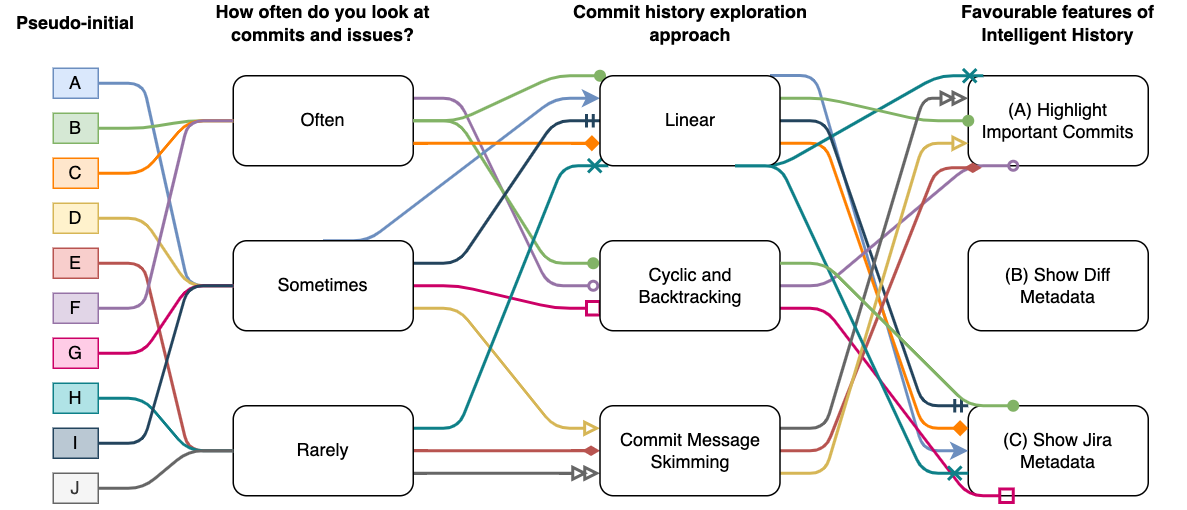
This is images/flow-chart.png from alison-li/ubcthesis, a draw.io export, as it was before one commit. Source tidied: cells renumbered, new cells last; positions are measured from the earlier drawing's top-left corner, leaving out a move shared by most shapes.
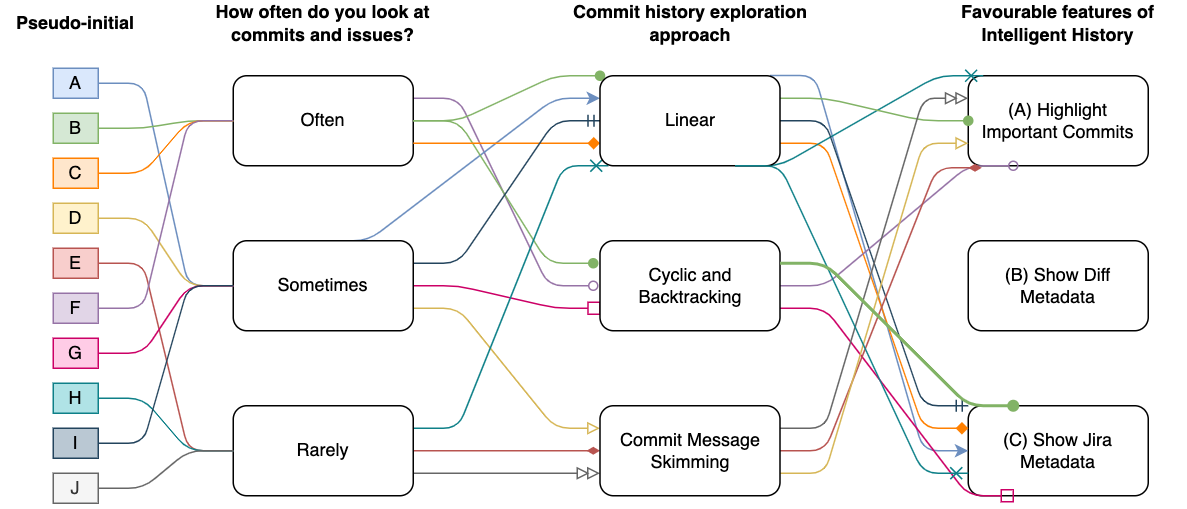
After the commit.

Commit message:
Progress so far

Diff of the diagram source:
```diff
@@ -13,3 +13,3 @@
     </mxCell>
-    <mxCell id="5" style="edgeStyle=entityRelationEdgeStyle;jettySize=auto;html=1;exitX=1;exitY=0.25;exitDx=0;exitDy=0;strokeWidth=2;fillColor=#e1d5e7;strokeColor=#9673a6;endArrow=oval;endFill=0;" parent="1" edge="1" source="6">
+    <mxCell id="5" style="edgeStyle=entityRelationEdgeStyle;jettySize=auto;html=1;exitX=1;exitY=0.25;exitDx=0;exitDy=0;strokeWidth=1;fillColor=#e1d5e7;strokeColor=#9673a6;endArrow=oval;endFill=0;" parent="1" edge="1" source="6">
       <mxGeometry relative="1" as="geometry">
@@ -21,9 +21,9 @@
     </mxCell>
-    <mxCell id="7" style="edgeStyle=entityRelationEdgeStyle;jettySize=auto;html=1;exitX=0.5;exitY=0;exitDx=0;exitDy=0;entryX=0;entryY=0.25;entryDx=0;entryDy=0;strokeWidth=2;fillColor=#dae8fc;strokeColor=#6c8ebf;" parent="1" edge="1" source="14" target="24">
+    <mxCell id="7" style="edgeStyle=entityRelationEdgeStyle;jettySize=auto;html=1;exitX=0.5;exitY=0;exitDx=0;exitDy=0;entryX=0;entryY=0.25;entryDx=0;entryDy=0;strokeWidth=1;fillColor=#dae8fc;strokeColor=#6c8ebf;" parent="1" edge="1" source="14" target="24">
       <mxGeometry relative="1" as="geometry" />
     </mxCell>
-    <mxCell id="8" style="edgeStyle=entityRelationEdgeStyle;jettySize=auto;html=1;exitX=1;exitY=0.5;exitDx=0;exitDy=0;strokeWidth=2;fillColor=#d5e8d4;strokeColor=#82b366;entryX=0;entryY=0;entryDx=0;entryDy=0;endArrow=oval;endFill=1;" parent="1" edge="1" source="6" target="24">
+    <mxCell id="8" style="edgeStyle=entityRelationEdgeStyle;jettySize=auto;html=1;exitX=1;exitY=0.5;exitDx=0;exitDy=0;strokeWidth=1;fillColor=#d5e8d4;strokeColor=#82b366;entryX=0;entryY=0;entryDx=0;entryDy=0;endArrow=oval;endFill=1;" parent="1" edge="1" source="6" target="24">
       <mxGeometry relative="1" as="geometry" />
     </mxCell>
-    <mxCell id="9" style="edgeStyle=entityRelationEdgeStyle;jettySize=auto;html=1;exitX=1;exitY=0.5;exitDx=0;exitDy=0;strokeWidth=2;fillColor=#d5e8d4;strokeColor=#82b366;endArrow=oval;endFill=1;" parent="1" edge="1" source="6">
+    <mxCell id="9" style="edgeStyle=entityRelationEdgeStyle;jettySize=auto;html=1;exitX=1;exitY=0.5;exitDx=0;exitDy=0;strokeWidth=1;fillColor=#d5e8d4;strokeColor=#82b366;endArrow=oval;endFill=1;" parent="1" edge="1" source="6">
       <mxGeometry relative="1" as="geometry">
@@ -32,12 +32,12 @@
     </mxCell>
-    <mxCell id="10" style="edgeStyle=entityRelationEdgeStyle;jettySize=auto;html=1;exitX=1;exitY=0.75;exitDx=0;exitDy=0;strokeWidth=2;fillColor=#ffe6cc;strokeColor=#FF8000;entryX=0;entryY=0.75;entryDx=0;entryDy=0;endArrow=diamond;endFill=1;" parent="1" edge="1" source="6" target="24">
+    <mxCell id="10" style="edgeStyle=entityRelationEdgeStyle;jettySize=auto;html=1;exitX=1;exitY=0.75;exitDx=0;exitDy=0;strokeWidth=1;fillColor=#ffe6cc;strokeColor=#FF8000;entryX=0;entryY=0.75;entryDx=0;entryDy=0;endArrow=diamond;endFill=1;" parent="1" edge="1" source="6" target="24">
       <mxGeometry relative="1" as="geometry" />
     </mxCell>
-    <mxCell id="11" style="edgeStyle=entityRelationEdgeStyle;jettySize=auto;html=1;exitX=1;exitY=0.75;exitDx=0;exitDy=0;entryX=0;entryY=0.25;entryDx=0;entryDy=0;strokeWidth=2;fillColor=#fff2cc;strokeColor=#d6b656;endArrow=block;endFill=0;" parent="1" edge="1" source="14" target="31">
+    <mxCell id="11" style="edgeStyle=entityRelationEdgeStyle;jettySize=auto;html=1;exitX=1;exitY=0.75;exitDx=0;exitDy=0;entryX=0;entryY=0.25;entryDx=0;entryDy=0;strokeWidth=1;fillColor=#fff2cc;strokeColor=#d6b656;endArrow=block;endFill=0;" parent="1" edge="1" source="14" target="31">
       <mxGeometry relative="1" as="geometry" />
     </mxCell>
-    <mxCell id="12" style="edgeStyle=entityRelationEdgeStyle;jettySize=auto;html=1;strokeColor=#CC0066;strokeWidth=2;endArrow=box;endFill=0;entryX=0;entryY=0.75;entryDx=0;entryDy=0;" parent="1" edge="1" source="14" target="27">
+    <mxCell id="12" style="edgeStyle=entityRelationEdgeStyle;jettySize=auto;html=1;strokeColor=#CC0066;strokeWidth=1;endArrow=box;endFill=0;entryX=0;entryY=0.75;entryDx=0;entryDy=0;" parent="1" edge="1" source="14" target="27">
       <mxGeometry relative="1" as="geometry" />
     </mxCell>
-    <mxCell id="13" style="edgeStyle=entityRelationEdgeStyle;jettySize=auto;html=1;entryX=0;entryY=0.5;entryDx=0;entryDy=0;strokeColor=#23445d;strokeWidth=2;fillColor=#bac8d3;endArrow=ERmandOne;endFill=0;exitX=1;exitY=0.25;exitDx=0;exitDy=0;" parent="1" edge="1" source="14" target="24">
+    <mxCell id="13" style="edgeStyle=entityRelationEdgeStyle;jettySize=auto;html=1;entryX=0;entryY=0.5;entryDx=0;entryDy=0;strokeColor=#23445d;strokeWidth=1;fillColor=#bac8d3;endArrow=ERmandOne;endFill=0;exitX=1;exitY=0.25;exitDx=0;exitDy=0;" parent="1" edge="1" source="14" target="24">
       <mxGeometry relative="1" as="geometry" />
@@ -47,6 +47,6 @@
     </mxCell>
-    <mxCell id="15" style="edgeStyle=entityRelationEdgeStyle;jettySize=auto;html=1;entryX=0;entryY=0.5;entryDx=0;entryDy=0;strokeWidth=2;fillColor=#f8cecc;strokeColor=#b85450;endArrow=diamondThin;endFill=1;" parent="1" edge="1" source="18" target="31">
+    <mxCell id="15" style="edgeStyle=entityRelationEdgeStyle;jettySize=auto;html=1;entryX=0;entryY=0.5;entryDx=0;entryDy=0;strokeWidth=1;fillColor=#f8cecc;strokeColor=#b85450;endArrow=diamondThin;endFill=1;" parent="1" edge="1" source="18" target="31">
       <mxGeometry relative="1" as="geometry" />
     </mxCell>
-    <mxCell id="16" style="edgeStyle=entityRelationEdgeStyle;jettySize=auto;html=1;strokeColor=#0e8088;strokeWidth=2;fillColor=#b0e3e6;exitX=1;exitY=0.25;exitDx=0;exitDy=0;endArrow=cross;endFill=0;" parent="1" edge="1" source="18">
+    <mxCell id="16" style="edgeStyle=entityRelationEdgeStyle;jettySize=auto;html=1;strokeColor=#0e8088;strokeWidth=1;fillColor=#b0e3e6;exitX=1;exitY=0.25;exitDx=0;exitDy=0;endArrow=cross;endFill=0;" parent="1" edge="1" source="18">
       <mxGeometry relative="1" as="geometry">
@@ -55,3 +55,3 @@
     </mxCell>
-    <mxCell id="17" style="edgeStyle=entityRelationEdgeStyle;jettySize=auto;html=1;exitX=1;exitY=0.75;exitDx=0;exitDy=0;entryX=0;entryY=0.75;entryDx=0;entryDy=0;strokeColor=#666666;strokeWidth=2;fillColor=#f5f5f5;endArrow=doubleBlock;endFill=0;" parent="1" edge="1" source="18" target="31">
+    <mxCell id="17" style="edgeStyle=entityRelationEdgeStyle;jettySize=auto;html=1;exitX=1;exitY=0.75;exitDx=0;exitDy=0;entryX=0;entryY=0.75;entryDx=0;entryDy=0;strokeColor=#666666;strokeWidth=1;fillColor=#f5f5f5;endArrow=doubleBlock;endFill=0;" parent="1" edge="1" source="18" target="31">
       <mxGeometry relative="1" as="geometry" />
@@ -61,15 +61,15 @@
     </mxCell>
-    <mxCell id="19" style="edgeStyle=entityRelationEdgeStyle;jettySize=auto;html=1;strokeWidth=2;fillColor=#dae8fc;strokeColor=#6c8ebf;exitX=0.944;exitY=-0.003;exitDx=0;exitDy=0;exitPerimeter=0;entryX=0;entryY=0.5;entryDx=0;entryDy=0;" parent="1" edge="1" source="24" target="4">
+    <mxCell id="19" style="edgeStyle=entityRelationEdgeStyle;jettySize=auto;html=1;strokeWidth=1;fillColor=#dae8fc;strokeColor=#6c8ebf;exitX=0.944;exitY=-0.003;exitDx=0;exitDy=0;exitPerimeter=0;entryX=0;entryY=0.5;entryDx=0;entryDy=0;" parent="1" edge="1" source="24" target="4">
       <mxGeometry relative="1" as="geometry" />
     </mxCell>
-    <mxCell id="20" style="edgeStyle=entityRelationEdgeStyle;jettySize=auto;html=1;entryX=0;entryY=0.25;entryDx=0;entryDy=0;strokeWidth=2;fillColor=#ffe6cc;strokeColor=#FF8000;exitX=1;exitY=0.75;exitDx=0;exitDy=0;endArrow=diamond;endFill=1;" parent="1" edge="1" source="24" target="4">
+    <mxCell id="20" style="edgeStyle=entityRelationEdgeStyle;jettySize=auto;html=1;entryX=0;entryY=0.25;entryDx=0;entryDy=0;strokeWidth=1;fillColor=#ffe6cc;strokeColor=#FF8000;exitX=1;exitY=0.75;exitDx=0;exitDy=0;endArrow=diamond;endFill=1;" parent="1" edge="1" source="24" target="4">
       <mxGeometry relative="1" as="geometry" />
     </mxCell>
-    <mxCell id="21" style="edgeStyle=entityRelationEdgeStyle;jettySize=auto;html=1;exitX=0.75;exitY=1;exitDx=0;exitDy=0;entryX=0.083;entryY=0;entryDx=0;entryDy=0;strokeColor=#0e8088;strokeWidth=2;fillColor=#b0e3e6;endArrow=cross;endFill=0;entryPerimeter=0;" parent="1" edge="1" source="24" target="2">
+    <mxCell id="21" style="edgeStyle=entityRelationEdgeStyle;jettySize=auto;html=1;exitX=0.75;exitY=1;exitDx=0;exitDy=0;entryX=0.083;entryY=0;entryDx=0;entryDy=0;strokeColor=#0e8088;strokeWidth=1;fillColor=#b0e3e6;endArrow=cross;endFill=0;entryPerimeter=0;" parent="1" edge="1" source="24" target="2">
       <mxGeometry relative="1" as="geometry" />
     </mxCell>
-    <mxCell id="22" style="edgeStyle=entityRelationEdgeStyle;jettySize=auto;html=1;entryX=0;entryY=0;entryDx=0;entryDy=0;strokeColor=#23445d;strokeWidth=2;fillColor=#bac8d3;exitX=1;exitY=0.5;exitDx=0;exitDy=0;endArrow=ERmandOne;endFill=0;" parent="1" edge="1" source="24" target="4">
+    <mxCell id="22" style="edgeStyle=entityRelationEdgeStyle;jettySize=auto;html=1;entryX=0;entryY=0;entryDx=0;entryDy=0;strokeColor=#23445d;strokeWidth=1;fillColor=#bac8d3;exitX=1;exitY=0.5;exitDx=0;exitDy=0;endArrow=ERmandOne;endFill=0;" parent="1" edge="1" source="24" target="4">
       <mxGeometry relative="1" as="geometry" />
     </mxCell>
-    <mxCell id="23" style="edgeStyle=entityRelationEdgeStyle;jettySize=auto;html=1;exitX=1;exitY=0.25;exitDx=0;exitDy=0;entryX=0;entryY=0.5;entryDx=0;entryDy=0;endArrow=oval;endFill=1;strokeColor=#82b366;strokeWidth=2;fillColor=#d5e8d4;" parent="1" edge="1" source="24" target="2">
+    <mxCell id="23" style="edgeStyle=entityRelationEdgeStyle;jettySize=auto;html=1;exitX=1;exitY=0.25;exitDx=0;exitDy=0;entryX=0;entryY=0.5;entryDx=0;entryDy=0;endArrow=oval;endFill=1;strokeColor=#82b366;strokeWidth=1;fillColor=#d5e8d4;" parent="1" edge="1" source="24" target="2">
       <mxGeometry relative="1" as="geometry" />
@@ -79,6 +79,6 @@
     </mxCell>
-    <mxCell id="25" style="edgeStyle=entityRelationEdgeStyle;jettySize=auto;html=1;exitX=1;exitY=0.5;exitDx=0;exitDy=0;strokeWidth=2;fillColor=#e1d5e7;strokeColor=#9673a6;endArrow=oval;endFill=0;entryX=0.25;entryY=1;entryDx=0;entryDy=0;" parent="1" edge="1" source="27" target="2">
+    <mxCell id="25" style="edgeStyle=entityRelationEdgeStyle;jettySize=auto;html=1;exitX=1;exitY=0.5;exitDx=0;exitDy=0;strokeWidth=1;fillColor=#e1d5e7;strokeColor=#9673a6;endArrow=oval;endFill=0;entryX=0.25;entryY=1;entryDx=0;entryDy=0;" parent="1" edge="1" source="27" target="2">
       <mxGeometry relative="1" as="geometry" />
     </mxCell>
-    <mxCell id="26" style="edgeStyle=entityRelationEdgeStyle;jettySize=auto;html=1;exitX=1;exitY=0.75;exitDx=0;exitDy=0;strokeColor=#CC0066;strokeWidth=2;endArrow=box;endFill=0;" parent="1" edge="1" source="27">
+    <mxCell id="26" style="edgeStyle=entityRelationEdgeStyle;jettySize=auto;html=1;exitX=1;exitY=0.75;exitDx=0;exitDy=0;strokeColor=#CC0066;strokeWidth=1;endArrow=box;endFill=0;" parent="1" edge="1" source="27">
       <mxGeometry relative="1" as="geometry">
@@ -90,9 +90,9 @@
     </mxCell>
-    <mxCell id="28" style="edgeStyle=entityRelationEdgeStyle;jettySize=auto;html=1;entryX=0.075;entryY=1.023;entryDx=0;entryDy=0;strokeWidth=2;fillColor=#f8cecc;strokeColor=#b85450;endArrow=diamondThin;endFill=1;entryPerimeter=0;" parent="1" edge="1" source="31" target="2">
+    <mxCell id="28" style="edgeStyle=entityRelationEdgeStyle;jettySize=auto;html=1;entryX=0.075;entryY=1.023;entryDx=0;entryDy=0;strokeWidth=1;fillColor=#f8cecc;strokeColor=#b85450;endArrow=diamondThin;endFill=1;entryPerimeter=0;" parent="1" edge="1" source="31" target="2">
       <mxGeometry relative="1" as="geometry" />
     </mxCell>
-    <mxCell id="29" style="edgeStyle=entityRelationEdgeStyle;jettySize=auto;html=1;exitX=1;exitY=0.25;exitDx=0;exitDy=0;entryX=0;entryY=0.25;entryDx=0;entryDy=0;strokeColor=#666666;strokeWidth=2;fillColor=#f5f5f5;endArrow=doubleBlock;endFill=0;" parent="1" edge="1" source="31" target="2">
+    <mxCell id="29" style="edgeStyle=entityRelationEdgeStyle;jettySize=auto;html=1;exitX=1;exitY=0.25;exitDx=0;exitDy=0;entryX=0;entryY=0.25;entryDx=0;entryDy=0;strokeColor=#666666;strokeWidth=1;fillColor=#f5f5f5;endArrow=doubleBlock;endFill=0;" parent="1" edge="1" source="31" target="2">
       <mxGeometry relative="1" as="geometry" />
     </mxCell>
-    <mxCell id="30" style="edgeStyle=entityRelationEdgeStyle;jettySize=auto;html=1;exitX=1;exitY=0.75;exitDx=0;exitDy=0;entryX=0;entryY=0.75;entryDx=0;entryDy=0;strokeColor=#d6b656;strokeWidth=2;fillColor=#fff2cc;endArrow=block;endFill=0;" parent="1" edge="1" source="31" target="2">
+    <mxCell id="30" style="edgeStyle=entityRelationEdgeStyle;jettySize=auto;html=1;exitX=1;exitY=0.75;exitDx=0;exitDy=0;entryX=0;entryY=0.75;entryDx=0;entryDy=0;strokeColor=#d6b656;strokeWidth=1;fillColor=#fff2cc;endArrow=block;endFill=0;" parent="1" edge="1" source="31" target="2">
       <mxGeometry relative="1" as="geometry" />
@@ -111,3 +111,3 @@
     </mxCell>
-    <mxCell id="35" style="edgeStyle=entityRelationEdgeStyle;jettySize=auto;html=1;exitX=1;exitY=0.5;exitDx=0;exitDy=0;strokeWidth=2;fillColor=#dae8fc;strokeColor=#6c8ebf;entryX=0;entryY=0.5;entryDx=0;entryDy=0;endArrow=none;endFill=0;" parent="1" edge="1" source="36" target="14">
+    <mxCell id="35" style="edgeStyle=entityRelationEdgeStyle;jettySize=auto;html=1;exitX=1;exitY=0.5;exitDx=0;exitDy=0;strokeWidth=1;fillColor=#dae8fc;strokeColor=#6c8ebf;entryX=0;entryY=0.5;entryDx=0;entryDy=0;endArrow=none;endFill=0;" parent="1" edge="1" source="36" target="14">
       <mxGeometry relative="1" as="geometry" />
@@ -117,3 +117,3 @@
     </mxCell>
-    <mxCell id="37" style="edgeStyle=entityRelationEdgeStyle;jettySize=auto;html=1;exitX=1;exitY=0.5;exitDx=0;exitDy=0;entryX=0;entryY=0.5;entryDx=0;entryDy=0;strokeWidth=2;fillColor=#d5e8d4;strokeColor=#82b366;endArrow=none;endFill=0;" parent="1" edge="1" source="38" target="6">
+    <mxCell id="37" style="edgeStyle=entityRelationEdgeStyle;jettySize=auto;html=1;exitX=1;exitY=0.5;exitDx=0;exitDy=0;entryX=0;entryY=0.5;entryDx=0;entryDy=0;strokeWidth=1;fillColor=#d5e8d4;strokeColor=#82b366;endArrow=none;endFill=0;" parent="1" edge="1" source="38" target="6">
       <mxGeometry relative="1" as="geometry" />
@@ -123,3 +123,3 @@
     </mxCell>
-    <mxCell id="39" style="edgeStyle=entityRelationEdgeStyle;jettySize=auto;html=1;exitX=1;exitY=0.5;exitDx=0;exitDy=0;entryX=0;entryY=0.5;entryDx=0;entryDy=0;strokeWidth=2;fillColor=#ffe6cc;strokeColor=#FF8000;endArrow=none;endFill=0;" parent="1" edge="1" source="40" target="6">
+    <mxCell id="39" style="edgeStyle=entityRelationEdgeStyle;jettySize=auto;html=1;exitX=1;exitY=0.5;exitDx=0;exitDy=0;entryX=0;entryY=0.5;entryDx=0;entryDy=0;strokeWidth=1;fillColor=#ffe6cc;strokeColor=#FF8000;endArrow=none;endFill=0;" parent="1" edge="1" source="40" target="6">
       <mxGeometry relative="1" as="geometry" />
@@ -132,3 +132,3 @@
     </mxCell>
-    <mxCell id="42" style="edgeStyle=entityRelationEdgeStyle;jettySize=auto;html=1;exitX=1;exitY=0.5;exitDx=0;exitDy=0;entryX=0;entryY=0.5;entryDx=0;entryDy=0;strokeWidth=2;fillColor=#fff2cc;strokeColor=#d6b656;endArrow=none;endFill=0;" parent="1" edge="1" source="43" target="14">
+    <mxCell id="42" style="edgeStyle=entityRelationEdgeStyle;jettySize=auto;html=1;exitX=1;exitY=0.5;exitDx=0;exitDy=0;entryX=0;entryY=0.5;entryDx=0;entryDy=0;strokeWidth=1;fillColor=#fff2cc;strokeColor=#d6b656;endArrow=none;endFill=0;" parent="1" edge="1" source="43" target="14">
       <mxGeometry relative="1" as="geometry" />
@@ -138,3 +138,3 @@
     </mxCell>
-    <mxCell id="44" style="edgeStyle=entityRelationEdgeStyle;jettySize=auto;html=1;exitX=1;exitY=0.5;exitDx=0;exitDy=0;entryX=0;entryY=0.5;entryDx=0;entryDy=0;strokeWidth=2;fillColor=#f8cecc;strokeColor=#b85450;endArrow=none;endFill=0;" parent="1" edge="1" source="45" target="18">
+    <mxCell id="44" style="edgeStyle=entityRelationEdgeStyle;jettySize=auto;html=1;exitX=1;exitY=0.5;exitDx=0;exitDy=0;entryX=0;entryY=0.5;entryDx=0;entryDy=0;strokeWidth=1;fillColor=#f8cecc;strokeColor=#b85450;endArrow=none;endFill=0;" parent="1" edge="1" source="45" target="18">
       <mxGeometry relative="1" as="geometry" />
@@ -144,3 +144,3 @@
     </mxCell>
-    <mxCell id="46" style="edgeStyle=entityRelationEdgeStyle;jettySize=auto;html=1;exitX=1;exitY=0.5;exitDx=0;exitDy=0;entryX=0;entryY=0.5;entryDx=0;entryDy=0;strokeWidth=2;fillColor=#e1d5e7;strokeColor=#9673a6;endArrow=none;endFill=0;" parent="1" edge="1" source="47" target="6">
+    <mxCell id="46" style="edgeStyle=entityRelationEdgeStyle;jettySize=auto;html=1;exitX=1;exitY=0.5;exitDx=0;exitDy=0;entryX=0;entryY=0.5;entryDx=0;entryDy=0;strokeWidth=1;fillColor=#e1d5e7;strokeColor=#9673a6;endArrow=none;endFill=0;" parent="1" edge="1" source="47" target="6">
       <mxGeometry relative="1" as="geometry" />
@@ -150,3 +150,3 @@
     </mxCell>
-    <mxCell id="48" style="edgeStyle=entityRelationEdgeStyle;jettySize=auto;html=1;exitX=1;exitY=0.5;exitDx=0;exitDy=0;entryX=0;entryY=0.5;entryDx=0;entryDy=0;strokeWidth=2;fillColor=#fad9d5;strokeColor=#CC0066;endArrow=none;endFill=0;" parent="1" edge="1" source="49" target="14">
+    <mxCell id="48" style="edgeStyle=entityRelationEdgeStyle;jettySize=auto;html=1;exitX=1;exitY=0.5;exitDx=0;exitDy=0;entryX=0;entryY=0.5;entryDx=0;entryDy=0;strokeWidth=1;fillColor=#fad9d5;strokeColor=#CC0066;endArrow=none;endFill=0;" parent="1" edge="1" source="49" target="14">
       <mxGeometry relative="1" as="geometry" />
@@ -156,3 +156,3 @@
     </mxCell>
-    <mxCell id="50" style="edgeStyle=entityRelationEdgeStyle;jettySize=auto;html=1;exitX=1;exitY=0.5;exitDx=0;exitDy=0;entryX=0;entryY=0.5;entryDx=0;entryDy=0;strokeColor=#0e8088;strokeWidth=2;fillColor=#b0e3e6;endArrow=none;endFill=0;" parent="1" edge="1" source="51" target="18">
+    <mxCell id="50" style="edgeStyle=entityRelationEdgeStyle;jettySize=auto;html=1;exitX=1;exitY=0.5;exitDx=0;exitDy=0;entryX=0;entryY=0.5;entryDx=0;entryDy=0;strokeColor=#0e8088;strokeWidth=1;fillColor=#b0e3e6;endArrow=none;endFill=0;" parent="1" edge="1" source="51" target="18">
       <mxGeometry relative="1" as="geometry" />
@@ -162,3 +162,3 @@
     </mxCell>
-    <mxCell id="52" style="edgeStyle=entityRelationEdgeStyle;jettySize=auto;html=1;exitX=1;exitY=0.5;exitDx=0;exitDy=0;strokeColor=#23445d;strokeWidth=2;entryX=0;entryY=0.5;entryDx=0;entryDy=0;fillColor=#bac8d3;endArrow=none;endFill=0;" parent="1" edge="1" source="53" target="14">
+    <mxCell id="52" style="edgeStyle=entityRelationEdgeStyle;jettySize=auto;html=1;exitX=1;exitY=0.5;exitDx=0;exitDy=0;strokeColor=#23445d;strokeWidth=1;entryX=0;entryY=0.5;entryDx=0;entryDy=0;fillColor=#bac8d3;endArrow=none;endFill=0;" parent="1" edge="1" source="53" target="14">
       <mxGeometry relative="1" as="geometry" />
@@ -168,6 +168,6 @@
     </mxCell>
-    <mxCell id="54" style="edgeStyle=entityRelationEdgeStyle;jettySize=auto;html=1;exitX=0.75;exitY=1;exitDx=0;exitDy=0;entryX=0;entryY=0.75;entryDx=0;entryDy=0;strokeColor=#0e8088;strokeWidth=2;fillColor=#b0e3e6;endArrow=cross;endFill=0;" parent="1" edge="1" source="24" target="4">
+    <mxCell id="54" style="edgeStyle=entityRelationEdgeStyle;jettySize=auto;html=1;exitX=0.75;exitY=1;exitDx=0;exitDy=0;entryX=0;entryY=0.75;entryDx=0;entryDy=0;strokeColor=#0e8088;strokeWidth=1;fillColor=#b0e3e6;endArrow=cross;endFill=0;" parent="1" edge="1" source="24" target="4">
       <mxGeometry relative="1" as="geometry" />
     </mxCell>
-    <mxCell id="55" style="edgeStyle=entityRelationEdgeStyle;jettySize=auto;html=1;exitX=1;exitY=0.5;exitDx=0;exitDy=0;strokeColor=#666666;strokeWidth=2;fillColor=#f5f5f5;endArrow=none;endFill=0;" parent="1" edge="1" source="56">
+    <mxCell id="55" style="edgeStyle=entityRelationEdgeStyle;jettySize=auto;html=1;exitX=1;exitY=0.5;exitDx=0;exitDy=0;strokeColor=#666666;strokeWidth=1;fillColor=#f5f5f5;endArrow=none;endFill=0;" parent="1" edge="1" source="56">
       <mxGeometry relative="1" as="geometry">
```
